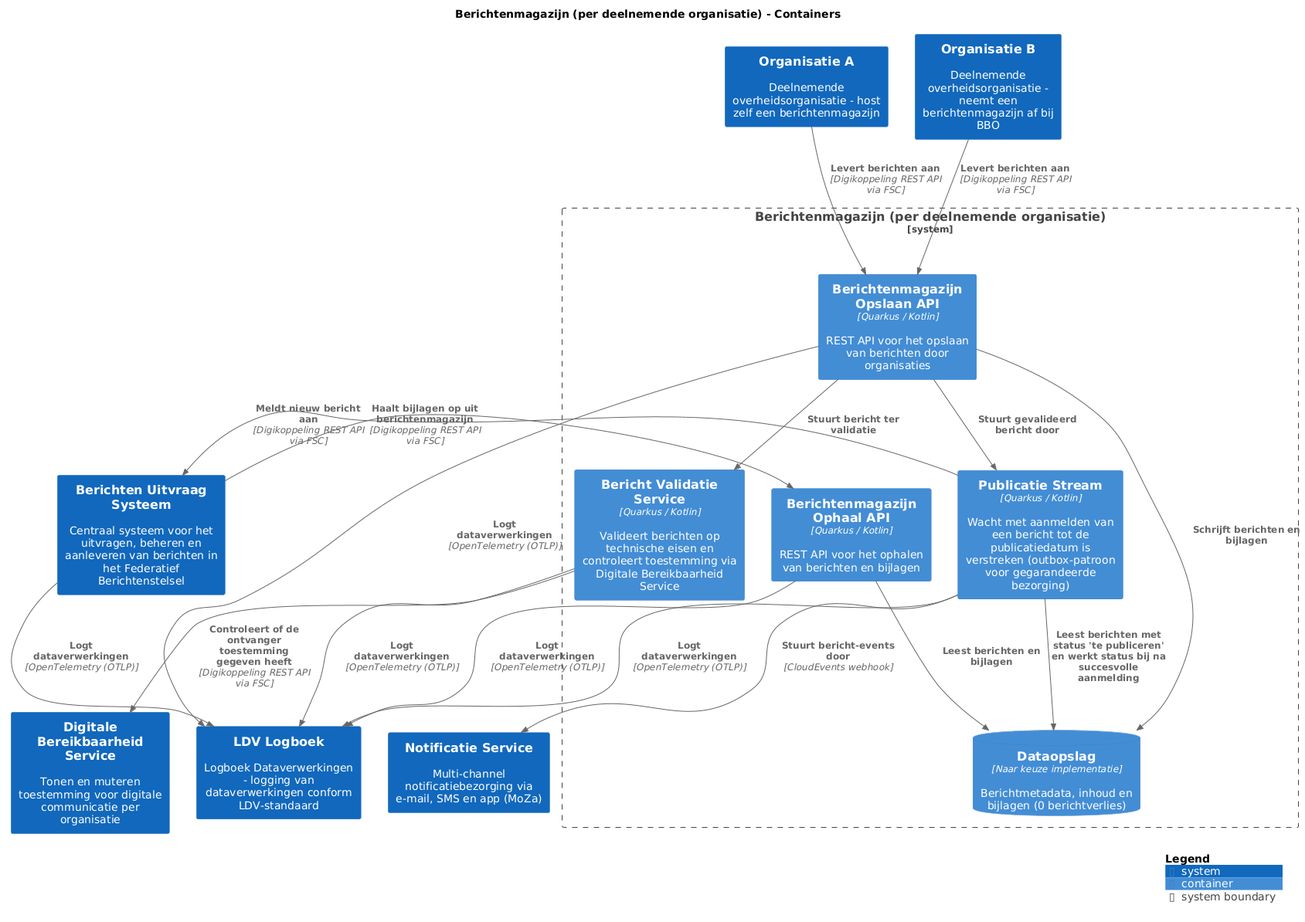
Earlier version of the PlantUML export master/png/BerichtenmagazijnContainers.png (MinBZK/moza-poc-fbs-berichtenbox).
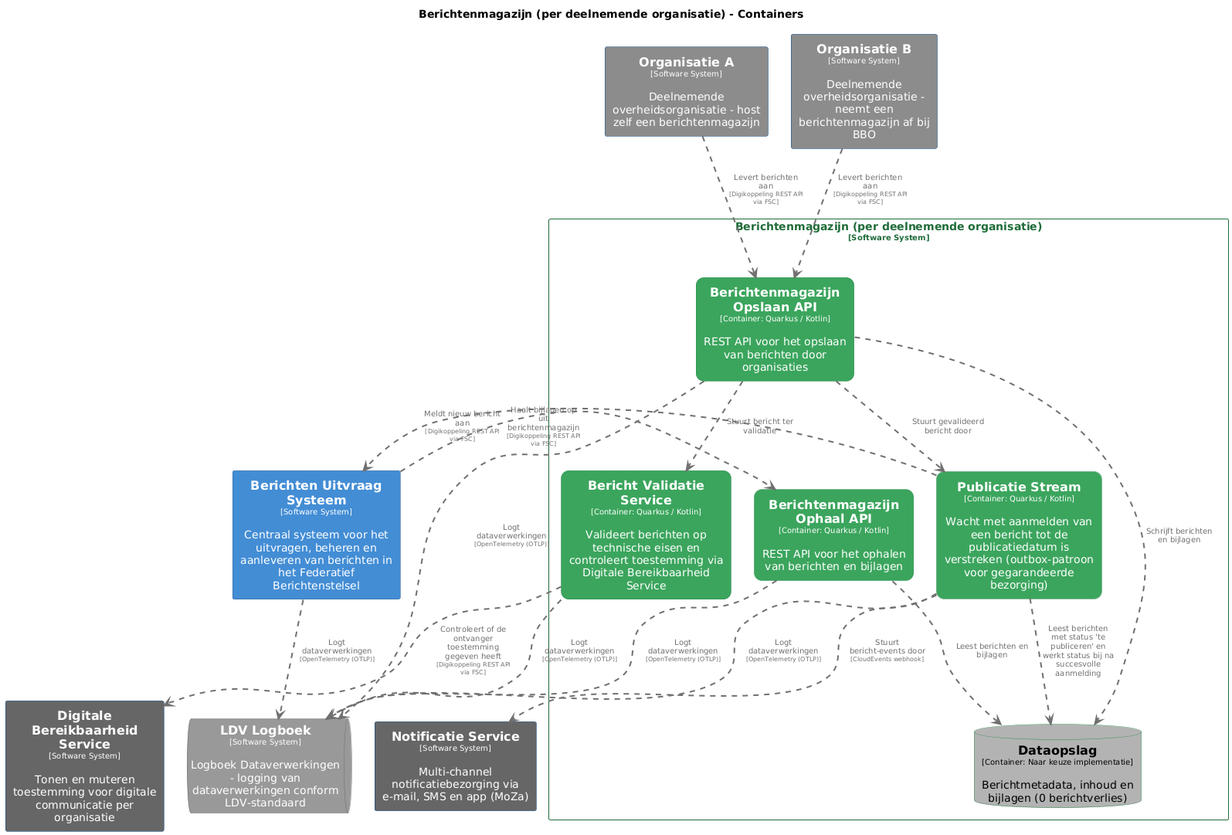
Later version of the same file.

The edit, as a diff of the source:
```diff
@@ -3,42 +3,123 @@
 title Berichtenmagazijn (per deelnemende organisatie) - Containers
 
 top to bottom direction
+skinparam ranksep 60
+skinparam nodesep 30
 
-!include <C4/C4>
-!include <C4/C4_Context>
-!include <C4/C4_Container>
-
-System(NotificatieService, "Notificatie Service", $descr="Multi-channel notificatiebezorging via e-mail, SMS en app (MoZa)", $tags="", $link="")
-System(DigitaleBereikbaarheidService, "Digitale Bereikbaarheid Service", $descr="Tonen en muteren toestemming voor digitale communicatie per organisatie", $tags="", $link="")
-System(OrganisatieA, "Organisatie A", $descr="Deelnemende overheidsorganisatie - host zelf een berichtenmagazijn", $tags="", $link="")
-System(OrganisatieB, "Organisatie B", $descr="Deelnemende overheidsorganisatie - neemt een berichtenmagazijn af bij BBO", $tags="", $link="")
-System(BerichtenUitvraagSysteem, "Berichten Uitvraag Systeem", $descr="Centraal systeem voor het uitvragen, beheren en aanleveren van berichten in het Federatief Berichtenstelsel", $tags="", $link="")
-System(LDVLogboek, "LDV Logboek", $descr="Logboek Dataverwerkingen - logging van dataverwerkingen conform LDV-standaard", $tags="", $link="")
-
-System_Boundary("Berichtenmagazijnperdeelnemendeorganisatie_boundary", "Berichtenmagazijn (per deelnemende organisatie)", $tags="") {
-  Container(Berichtenmagazijnperdeelnemendeorganisatie.BerichtenmagazijnOphaalAPI, "Berichtenmagazijn Ophaal API", $techn="Quarkus / Kotlin", $descr="REST API voor het ophalen van berichten en bijlagen", $tags="", $link="")
-  Container(Berichtenmagazijnperdeelnemendeorganisatie.BerichtenmagazijnOpslaanAPI, "Berichtenmagazijn Opslaan API", $techn="Quarkus / Kotlin", $descr="REST API voor het opslaan van berichten door organisaties", $tags="", $link="")
-  ContainerDb(Berichtenmagazijnperdeelnemendeorganisatie.Dataopslag, "Dataopslag", $techn="Naar keuze implementatie", $descr="Berichtmetadata, inhoud en bijlagen (0 berichtverlies)", $tags="", $link="")
-  Container(Berichtenmagazijnperdeelnemendeorganisatie.BerichtValidatieService, "Bericht Validatie Service", $techn="Quarkus / Kotlin", $descr="Valideert berichten op technische eisen en controleert toestemming via Digitale Bereikbaarheid Service", $tags="", $link="")
-  Container(Berichtenmagazijnperdeelnemendeorganisatie.PublicatieStream, "Publicatie Stream", $techn="Quarkus / Kotlin", $descr="Wacht met aanmelden van een bericht tot de publicatiedatum is verstreken (outbox-patroon voor gegarandeerde bezorging)", $tags="", $link="")
+skinparam {
+  arrowFontSize 10
+  defaultTextAlignment center
+  wrapWidth 200
+  maxMessageSize 100
 }
 
-Rel(Berichtenmagazijnperdeelnemendeorganisatie.BerichtValidatieService, LDVLogboek, "Logt dataverwerkingen", $techn="OpenTelemetry (OTLP)", $tags="", $link="")
-Rel(BerichtenUitvraagSysteem, LDVLogboek, "Logt dataverwerkingen", $techn="OpenTelemetry (OTLP)", $tags="", $link="")
-Rel(Berichtenmagazijnperdeelnemendeorganisatie.PublicatieStream, LDVLogboek, "Logt dataverwerkingen", $techn="OpenTelemetry (OTLP)", $tags="", $link="")
-Rel(Berichtenmagazijnperdeelnemendeorganisatie.BerichtenmagazijnOphaalAPI, Berichtenmagazijnperdeelnemendeorganisatie.Dataopslag, "Leest berichten en bijlagen", $techn="", $tags="", $link="")
-Rel(Berichtenmagazijnperdeelnemendeorganisatie.BerichtenmagazijnOpslaanAPI, Berichtenmagazijnperdeelnemendeorganisatie.Dataopslag, "Schrijft berichten en bijlagen", $techn="", $tags="", $link="")
-Rel(Berichtenmagazijnperdeelnemendeorganisatie.BerichtenmagazijnOpslaanAPI, Berichtenmagazijnperdeelnemendeorganisatie.BerichtValidatieService, "Stuurt bericht ter validatie", $techn="", $tags="", $link="")
-Rel(Berichtenmagazijnperdeelnemendeorganisatie.BerichtenmagazijnOpslaanAPI, Berichtenmagazijnperdeelnemendeorganisatie.PublicatieStream, "Stuurt gevalideerd bericht door", $techn="", $tags="", $link="")
-Rel(Berichtenmagazijnperdeelnemendeorganisatie.PublicatieStream, Berichtenmagazijnperdeelnemendeorganisatie.Dataopslag, "Leest berichten met status 'te publiceren' en werkt status bij na succesvolle aanmelding", $techn="", $tags="", $link="")
-Rel(BerichtenUitvraagSysteem, Berichtenmagazijnperdeelnemendeorganisatie.BerichtenmagazijnOphaalAPI, "Haalt bijlagen op uit berichtenmagazijn", $techn="Digikoppeling REST API via FSC", $tags="", $link="")
-Rel(Berichtenmagazijnperdeelnemendeorganisatie.PublicatieStream, BerichtenUitvraagSysteem, "Meldt nieuw bericht aan", $techn="Digikoppeling REST API via FSC", $tags="", $link="")
-Rel(Berichtenmagazijnperdeelnemendeorganisatie.PublicatieStream, NotificatieService, "Stuurt bericht-events door", $techn="CloudEvents webhook", $tags="", $link="")
-Rel(OrganisatieA, Berichtenmagazijnperdeelnemendeorganisatie.BerichtenmagazijnOpslaanAPI, "Levert berichten aan", $techn="Digikoppeling REST API via FSC", $tags="", $link="")
-Rel(OrganisatieB, Berichtenmagazijnperdeelnemendeorganisatie.BerichtenmagazijnOpslaanAPI, "Levert berichten aan", $techn="Digikoppeling REST API via FSC", $tags="", $link="")
-Rel(Berichtenmagazijnperdeelnemendeorganisatie.BerichtValidatieService, DigitaleBereikbaarheidService, "Controleert of de ontvanger toestemming gegeven heeft", $techn="Digikoppeling REST API via FSC", $tags="", $link="")
-Rel(Berichtenmagazijnperdeelnemendeorganisatie.BerichtenmagazijnOphaalAPI, LDVLogboek, "Logt dataverwerkingen", $techn="OpenTelemetry (OTLP)", $tags="", $link="")
-Rel(Berichtenmagazijnperdeelnemendeorganisatie.BerichtenmagazijnOpslaanAPI, LDVLogboek, "Logt dataverwerkingen", $techn="OpenTelemetry (OTLP)", $tags="", $link="")
+hide stereotype
 
-SHOW_LEGEND(true)
+skinparam rectangle<<Berichtenmagazijnperdeelnemendeorganisatie.BerichtValidatieService>> {
+  BackgroundColor #3ba55d
+  FontColor #ffffff
+  BorderColor #2d8a4e
+  roundCorner 20
+  shadowing false
+}
+skinparam rectangle<<BerichtenUitvraagSysteem>> {
+  BackgroundColor #438dd5
+  FontColor #ffffff
+  BorderColor #2e6295
+  shadowing false
+}
+skinparam rectangle<<Berichtenmagazijnperdeelnemendeorganisatie.BerichtenmagazijnOphaalAPI>> {
+  BackgroundColor #3ba55d
+  FontColor #ffffff
+  BorderColor #2d8a4e
+  roundCorner 20
+  shadowing false
+}
+skinparam rectangle<<Berichtenmagazijnperdeelnemendeorganisatie.BerichtenmagazijnOpslaanAPI>> {
+  BackgroundColor #3ba55d
+  FontColor #ffffff
+  BorderColor #2d8a4e
+  roundCorner 20
+  shadowing false
+}
+skinparam database<<Berichtenmagazijnperdeelnemendeorganisatie.Dataopslag>> {
+  BackgroundColor #b3b3b3
+  FontColor #000000
+  BorderColor #2d8a4e
+  shadowing false
+}
+skinparam rectangle<<DigitaleBereikbaarheidService>> {
+  BackgroundColor #666666
+  FontColor #ffffff
+  BorderColor #0b4884
+  shadowing false
+}
+skinparam queue<<LDVLogboek>> {
+  BackgroundColor #999999
+  FontColor #ffffff
+  BorderColor #6b6b6b
+  shadowing false
+}
+skinparam rectangle<<NotificatieService>> {
+  BackgroundColor #666666
+  FontColor #ffffff
+  BorderColor #0b4884
+  shadowing false
+}
+skinparam rectangle<<OrganisatieA>> {
+  BackgroundColor #8c8c8c
+  FontColor #ffffff
+  BorderColor #0b4884
+  shadowing false
+}
+skinparam rectangle<<OrganisatieB>> {
+  BackgroundColor #8c8c8c
+  FontColor #ffffff
+  BorderColor #0b4884
+  shadowing false
+}
+skinparam rectangle<<Berichtenmagazijnperdeelnemendeorganisatie.PublicatieStream>> {
+  BackgroundColor #3ba55d
+  FontColor #ffffff
+  BorderColor #2d8a4e
+  roundCorner 20
+  shadowing false
+}
+skinparam rectangle<<Berichtenmagazijnperdeelnemendeorganisatie>> {
+  BorderColor #1e6b38
+  FontColor #1e6b38
+  shadowing false
+}
+
+rectangle "==Notificatie Service\n<size:10>[Software System]</size>\n\nMulti-channel notificatiebezorging via e-mail, SMS en app (MoZa)" <<NotificatieService>> as NotificatieService
+rectangle "==Digitale Bereikbaarheid Service\n<size:10>[Software System]</size>\n\nTonen en muteren toestemming voor digitale communicatie per organisatie" <<DigitaleBereikbaarheidService>> as DigitaleBereikbaarheidService
+rectangle "==Organisatie A\n<size:10>[Software System]</size>\n\nDeelnemende overheidsorganisatie - host zelf een berichtenmagazijn" <<OrganisatieA>> as OrganisatieA
+rectangle "==Organisatie B\n<size:10>[Software System]</size>\n\nDeelnemende overheidsorganisatie - neemt een berichtenmagazijn af bij BBO" <<OrganisatieB>> as OrganisatieB
+rectangle "==Berichten Uitvraag Systeem\n<size:10>[Software System]</size>\n\nCentraal systeem voor het uitvragen, beheren en aanleveren van berichten in het Federatief Berichtenstelsel" <<BerichtenUitvraagSysteem>> as BerichtenUitvraagSysteem
+queue "==LDV Logboek\n<size:10>[Software System]</size>\n\nLogboek Dataverwerkingen - logging van dataverwerkingen conform LDV-standaard" <<LDVLogboek>> as LDVLogboek
+
+rectangle "Berichtenmagazijn (per deelnemende organisatie)\n<size:10>[Software System]</size>" <<Berichtenmagazijnperdeelnemendeorganisatie>> {
+  rectangle "==Berichtenmagazijn Ophaal API\n<size:10>[Container: Quarkus / Kotlin]</size>\n\nREST API voor het ophalen van berichten en bijlagen" <<Berichtenmagazijnperdeelnemendeorganisatie.BerichtenmagazijnOphaalAPI>> as Berichtenmagazijnperdeelnemendeorganisatie.BerichtenmagazijnOphaalAPI
+  rectangle "==Berichtenmagazijn Opslaan API\n<size:10>[Container: Quarkus / Kotlin]</size>\n\nREST API voor het opslaan van berichten door organisaties" <<Berichtenmagazijnperdeelnemendeorganisatie.BerichtenmagazijnOpslaanAPI>> as Berichtenmagazijnperdeelnemendeorganisatie.BerichtenmagazijnOpslaanAPI
+  database "==Dataopslag\n<size:10>[Container: Naar keuze implementatie]</size>\n\nBerichtmetadata, inhoud en bijlagen (0 berichtverlies)" <<Berichtenmagazijnperdeelnemendeorganisatie.Dataopslag>> as Berichtenmagazijnperdeelnemendeorganisatie.Dataopslag
+  rectangle "==Bericht Validatie Service\n<size:10>[Container: Quarkus / Kotlin]</size>\n\nValideert berichten op technische eisen en controleert toestemming via Digitale Bereikbaarheid Service" <<Berichtenmagazijnperdeelnemendeorganisatie.BerichtValidatieService>> as Berichtenmagazijnperdeelnemendeorganisatie.BerichtValidatieService
+  rectangle "==Publicatie Stream\n<size:10>[Container: Quarkus / Kotlin]</size>\n\nWacht met aanmelden van een bericht tot de publicatiedatum is verstreken (outbox-patroon voor gegarandeerde bezorging)" <<Berichtenmagazijnperdeelnemendeorganisatie.PublicatieStream>> as Berichtenmagazijnperdeelnemendeorganisatie.PublicatieStream
+}
+
+Berichtenmagazijnperdeelnemendeorganisatie.BerichtValidatieService .[#707070,thickness=2].> LDVLogboek : "<color:#707070>Logt dataverwerkingen\n<color:#707070><size:8>[OpenTelemetry (OTLP)]</size>"
+BerichtenUitvraagSysteem .[#707070,thickness=2].> LDVLogboek : "<color:#707070>Logt dataverwerkingen\n<color:#707070><size:8>[OpenTelemetry (OTLP)]</size>"
+Berichtenmagazijnperdeelnemendeorganisatie.PublicatieStream .[#707070,thickness=2].> LDVLogboek : "<color:#707070>Logt dataverwerkingen\n<color:#707070><size:8>[OpenTelemetry (OTLP)]</size>"
+Berichtenmagazijnperdeelnemendeorganisatie.BerichtenmagazijnOphaalAPI .[#707070,thickness=2].> Berichtenmagazijnperdeelnemendeorganisatie.Dataopslag : "<color:#707070>Leest berichten en bijlagen"
+Berichtenmagazijnperdeelnemendeorganisatie.BerichtenmagazijnOpslaanAPI .[#707070,thickness=2].> Berichtenmagazijnperdeelnemendeorganisatie.Dataopslag : "<color:#707070>Schrijft berichten en bijlagen"
+Berichtenmagazijnperdeelnemendeorganisatie.BerichtenmagazijnOpslaanAPI .[#707070,thickness=2].> Berichtenmagazijnperdeelnemendeorganisatie.BerichtValidatieService : "<color:#707070>Stuurt bericht ter validatie"
+Berichtenmagazijnperdeelnemendeorganisatie.BerichtenmagazijnOpslaanAPI .[#707070,thickness=2].> Berichtenmagazijnperdeelnemendeorganisatie.PublicatieStream : "<color:#707070>Stuurt gevalideerd bericht door"
+Berichtenmagazijnperdeelnemendeorganisatie.PublicatieStream .[#707070,thickness=2].> Berichtenmagazijnperdeelnemendeorganisatie.Dataopslag : "<color:#707070>Leest berichten met status 'te publiceren' en werkt status bij na succesvolle aanmelding"
+BerichtenUitvraagSysteem .[#707070,thickness=2].> Berichtenmagazijnperdeelnemendeorganisatie.BerichtenmagazijnOphaalAPI : "<color:#707070>Haalt bijlagen op uit berichtenmagazijn\n<color:#707070><size:8>[Digikoppeling REST API via FSC]</size>"
+Berichtenmagazijnperdeelnemendeorganisatie.PublicatieStream .[#707070,thickness=2].> BerichtenUitvraagSysteem : "<color:#707070>Meldt nieuw bericht aan\n<color:#707070><size:8>[Digikoppeling REST API via FSC]</size>"
+Berichtenmagazijnperdeelnemendeorganisatie.PublicatieStream .[#707070,thickness=2].> NotificatieService : "<color:#707070>Stuurt bericht-events door\n<color:#707070><size:8>[CloudEvents webhook]</size>"
+OrganisatieA .[#707070,thickness=2].> Berichtenmagazijnperdeelnemendeorganisatie.BerichtenmagazijnOpslaanAPI : "<color:#707070>Levert berichten aan\n<color:#707070><size:8>[Digikoppeling REST API via FSC]</size>"
+OrganisatieB .[#707070,thickness=2].> Berichtenmagazijnperdeelnemendeorganisatie.BerichtenmagazijnOpslaanAPI : "<color:#707070>Levert berichten aan\n<color:#707070><size:8>[Digikoppeling REST API via FSC]</size>"
+Berichtenmagazijnperdeelnemendeorganisatie.BerichtValidatieService .[#707070,thickness=2].> DigitaleBereikbaarheidService : "<color:#707070>Controleert of de ontvanger toestemming gegeven heeft\n<color:#707070><size:8>[Digikoppeling REST API via FSC]</size>"
+Berichtenmagazijnperdeelnemendeorganisatie.BerichtenmagazijnOphaalAPI .[#707070,thickness=2].> LDVLogboek : "<color:#707070>Logt dataverwerkingen\n<color:#707070><size:8>[OpenTelemetry (OTLP)]</size>"
+Berichtenmagazijnperdeelnemendeorganisatie.BerichtenmagazijnOpslaanAPI .[#707070,thickness=2].> LDVLogboek : "<color:#707070>Logt dataverwerkingen\n<color:#707070><size:8>[OpenTelemetry (OTLP)]</size>"
 @enduml
```
